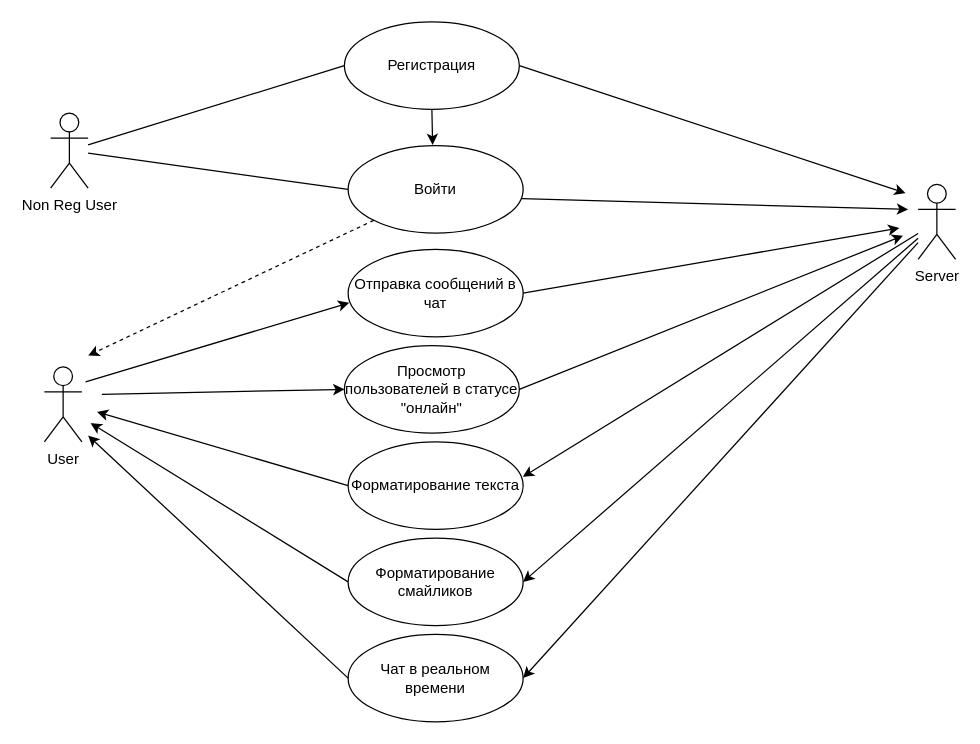
dtroshkin/timp keeps this draw.io diagram as TIMPUseCase.drawio. Above is the earlier version. Source tidied: cells renumbered, new cells numbered last; positions are measured from the earlier drawing's top-left corner, leaving out a move shared by most shapes. Both pictures are drawn from the tidied source at 125%, with x=0, y=0 at pixel (44, 21).
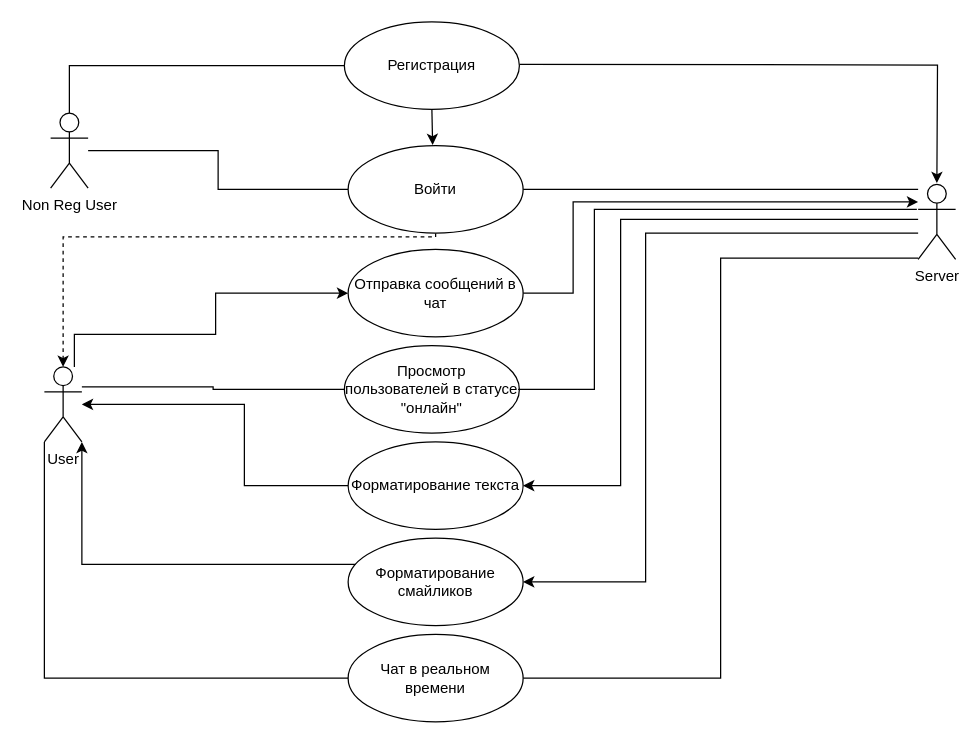
The same diagram, later.

The change refers to these unchanged cells:
```xml
<mxCell id="2" value="Non Reg User" style="shape=umlActor;verticalLabelPosition=bottom;verticalAlign=top;html=1;" parent="1" vertex="1">
  <mxGeometry x="5" y="73" width="30" height="60" as="geometry" />
</mxCell>
<mxCell id="3" value="Регистрация" style="ellipse;whiteSpace=wrap;html=1;" parent="1" vertex="1">
  <mxGeometry x="240" width="140" height="70" as="geometry" />
</mxCell>
<mxCell id="4" value="Server" style="shape=umlActor;verticalLabelPosition=bottom;verticalAlign=top;html=1;" parent="1" vertex="1">
  <mxGeometry x="699" y="130" width="30" height="60" as="geometry" />
</mxCell>
<mxCell id="5" value="Войти" style="ellipse;whiteSpace=wrap;html=1;" parent="1" vertex="1">
  <mxGeometry x="243" y="99" width="140" height="70" as="geometry" />
</mxCell>
<mxCell id="6" value="User" style="shape=umlActor;verticalLabelPosition=bottom;verticalAlign=top;html=1;" parent="1" vertex="1">
  <mxGeometry y="276" width="30" height="60" as="geometry" />
</mxCell>
<mxCell id="7" value="Отправка сообщений в чат" style="ellipse;whiteSpace=wrap;html=1;" parent="1" vertex="1">
  <mxGeometry x="243" y="182" width="140" height="70" as="geometry" />
</mxCell>
<mxCell id="8" value="Просмотр пользователей в статусе &quot;онлайн&quot;" style="ellipse;whiteSpace=wrap;html=1;" parent="1" vertex="1">
  <mxGeometry x="240" y="259" width="140" height="70" as="geometry" />
</mxCell>
<mxCell id="9" value="Форматирование текста" style="ellipse;whiteSpace=wrap;html=1;" parent="1" vertex="1">
  <mxGeometry x="243" y="336" width="140" height="70" as="geometry" />
</mxCell>
<mxCell id="10" value="Форматирование смайликов" style="ellipse;whiteSpace=wrap;html=1;" parent="1" vertex="1">
  <mxGeometry x="243" y="413" width="140" height="70" as="geometry" />
</mxCell>
<mxCell id="11" value="Чат в реальном времени" style="ellipse;whiteSpace=wrap;html=1;" parent="1" vertex="1">
  <mxGeometry x="243" y="490" width="140" height="70" as="geometry" />
</mxCell>
```

What changed in the source:
```diff
@@
+    <mxCell id="28" style="edgeStyle=orthogonalEdgeStyle;rounded=0;jettySize=auto;html=1;exitX=0;exitY=0.5;exitDx=0;exitDy=0;endArrow=none;startFill=0;" parent="1" edge="1" source="3" target="2">
+      <mxGeometry relative="1" as="geometry" />
+    </mxCell>
+    <mxCell id="29" style="edgeStyle=orthogonalEdgeStyle;rounded=0;orthogonalLoop=1;jettySize=auto;html=1;" parent="1" edge="1">
+      <mxGeometry relative="1" as="geometry">
+        <mxPoint x="380" y="34" as="sourcePoint" />
+        <mxPoint x="714" y="129" as="targetPoint" />
+      </mxGeometry>
+    </mxCell>
@@
+    <mxCell id="18" style="edgeStyle=orthogonalEdgeStyle;rounded=0;jettySize=auto;html=1;entryX=1;entryY=0.5;entryDx=0;entryDy=0;" parent="1" edge="1" source="4" target="9">
+      <mxGeometry relative="1" as="geometry">
+        <Array as="points">
+          <mxPoint x="461" y="158" />
+          <mxPoint x="461" y="371" />
+        </Array>
+      </mxGeometry>
+    </mxCell>
+    <mxCell id="19" style="edgeStyle=orthogonalEdgeStyle;rounded=0;jettySize=auto;html=1;entryX=1;entryY=0.5;entryDx=0;entryDy=0;" parent="1" edge="1" source="4" target="10">
+      <mxGeometry relative="1" as="geometry">
+        <Array as="points">
+          <mxPoint x="481" y="169" />
+          <mxPoint x="481" y="448" />
+        </Array>
+      </mxGeometry>
+    </mxCell>
+    <mxCell id="20" style="edgeStyle=orthogonalEdgeStyle;rounded=0;jettySize=auto;html=1;entryX=1;entryY=0.5;entryDx=0;entryDy=0;endArrow=none;startFill=0;" parent="1" edge="1" source="4" target="11">
+      <mxGeometry relative="1" as="geometry">
+        <Array as="points">
+          <mxPoint x="541" y="189" />
+          <mxPoint x="541" y="525" />
+        </Array>
+      </mxGeometry>
+    </mxCell>
@@
+    <mxCell id="30" style="edgeStyle=orthogonalEdgeStyle;rounded=0;jettySize=auto;html=1;endArrow=none;startFill=0;" parent="1" edge="1" source="5" target="2">
+      <mxGeometry relative="1" as="geometry" />
+    </mxCell>
+    <mxCell id="31" style="edgeStyle=orthogonalEdgeStyle;rounded=0;jettySize=auto;html=1;endArrow=none;startFill=0;" parent="1" edge="1" source="5" target="4">
+      <mxGeometry relative="1" as="geometry">
+        <Array as="points">
+          <mxPoint x="622" y="134" />
+          <mxPoint x="622" y="134" />
+        </Array>
+      </mxGeometry>
+    </mxCell>
+    <mxCell id="32" style="edgeStyle=orthogonalEdgeStyle;rounded=0;jettySize=auto;html=1;dashed=1;" parent="1" edge="1" source="5" target="6">
+      <mxGeometry relative="1" as="geometry">
+        <Array as="points">
+          <mxPoint x="313" y="172" />
+          <mxPoint x="15" y="172" />
+        </Array>
+      </mxGeometry>
+    </mxCell>
@@
+    <mxCell id="33" style="edgeStyle=orthogonalEdgeStyle;rounded=0;jettySize=auto;html=1;entryX=0;entryY=0.5;entryDx=0;entryDy=0;" parent="1" edge="1" source="6" target="7">
+      <mxGeometry relative="1" as="geometry">
+        <Array as="points">
+          <mxPoint x="24" y="250" />
+          <mxPoint x="137" y="250" />
+          <mxPoint x="137" y="217" />
+        </Array>
+      </mxGeometry>
+    </mxCell>
+    <mxCell id="34" style="edgeStyle=orthogonalEdgeStyle;rounded=0;jettySize=auto;html=1;entryX=0;entryY=0.5;entryDx=0;entryDy=0;endArrow=none;startFill=0;" parent="1" edge="1" source="6" target="8">
+      <mxGeometry relative="1" as="geometry">
+        <Array as="points">
+          <mxPoint x="135" y="292" />
+          <mxPoint x="135" y="294" />
+        </Array>
+      </mxGeometry>
+    </mxCell>
@@
+    <mxCell id="35" style="edgeStyle=orthogonalEdgeStyle;rounded=0;jettySize=auto;html=1;" parent="1" edge="1" source="7" target="4">
+      <mxGeometry relative="1" as="geometry">
+        <Array as="points">
+          <mxPoint x="423" y="217" />
+          <mxPoint x="423" y="144" />
+        </Array>
+      </mxGeometry>
+    </mxCell>
@@
+    <mxCell id="36" style="edgeStyle=orthogonalEdgeStyle;rounded=0;jettySize=auto;html=1;" parent="1" edge="1" source="9" target="6">
+      <mxGeometry relative="1" as="geometry">
+        <Array as="points">
+          <mxPoint x="160" y="371" />
+          <mxPoint x="160" y="306" />
+        </Array>
+      </mxGeometry>
+    </mxCell>
@@
-    <mxCell id="12" style="endArrow=none;html=1;rounded=0;entryX=0;entryY=0.5;entryDx=0;entryDy=0;" parent="1" edge="1" source="2" target="3">
-      <mxGeometry relative="1" as="geometry" />
-    </mxCell>
-    <mxCell id="13" style="endArrow=none;html=1;rounded=0;entryX=0;entryY=0.5;entryDx=0;entryDy=0;" parent="1" edge="1" source="2" target="5">
-      <mxGeometry relative="1" as="geometry" />
-    </mxCell>
@@
-    <mxCell id="15" style="endArrow=classic;html=1;rounded=0;entryX=0.007;entryY=0.61;entryDx=0;entryDy=0;entryPerimeter=0;" parent="1" edge="1" target="7">
-      <mxGeometry relative="1" as="geometry">
-        <mxPoint x="33" y="288" as="sourcePoint" />
-      </mxGeometry>
-    </mxCell>
-    <mxCell id="16" style="endArrow=classic;html=1;rounded=0;entryX=0;entryY=0.5;entryDx=0;entryDy=0;" parent="1" edge="1" target="8">
-      <mxGeometry relative="1" as="geometry">
-        <mxPoint x="46" y="298" as="sourcePoint" />
-      </mxGeometry>
-    </mxCell>
-    <mxCell id="17" style="endArrow=classic;html=1;rounded=0;exitX=0;exitY=1;exitDx=0;exitDy=0;dashed=1;" parent="1" edge="1" source="5">
-      <mxGeometry relative="1" as="geometry">
-        <mxPoint x="35" y="267" as="targetPoint" />
-      </mxGeometry>
-    </mxCell>
-    <mxCell id="18" style="endArrow=classic;html=1;rounded=0;entryX=0.998;entryY=0.4;entryDx=0;entryDy=0;entryPerimeter=0;" parent="1" edge="1" source="4" target="9">
-      <mxGeometry relative="1" as="geometry" />
-    </mxCell>
-    <mxCell id="19" style="endArrow=classic;html=1;rounded=0;entryX=1;entryY=0.5;entryDx=0;entryDy=0;" parent="1" edge="1" source="4" target="10">
-      <mxGeometry relative="1" as="geometry" />
-    </mxCell>
-    <mxCell id="20" style="endArrow=classic;html=1;rounded=0;entryX=1;entryY=0.5;entryDx=0;entryDy=0;" parent="1" edge="1" source="4" target="11">
-      <mxGeometry relative="1" as="geometry" />
-    </mxCell>
-    <mxCell id="21" style="endArrow=classic;html=1;rounded=0;exitX=0;exitY=0.5;exitDx=0;exitDy=0;" parent="1" edge="1" source="9">
-      <mxGeometry relative="1" as="geometry">
-        <mxPoint x="42" y="312" as="targetPoint" />
-      </mxGeometry>
-    </mxCell>
-    <mxCell id="22" style="endArrow=classic;html=1;rounded=0;exitX=0;exitY=0.5;exitDx=0;exitDy=0;" parent="1" edge="1" source="10">
-      <mxGeometry relative="1" as="geometry">
-        <mxPoint x="37" y="321" as="targetPoint" />
-      </mxGeometry>
-    </mxCell>
-    <mxCell id="23" style="endArrow=classic;html=1;rounded=0;exitX=0;exitY=0.5;exitDx=0;exitDy=0;" parent="1" edge="1" source="11">
-      <mxGeometry relative="1" as="geometry">
-        <mxPoint x="35" y="331" as="targetPoint" />
-      </mxGeometry>
-    </mxCell>
-    <mxCell id="24" style="endArrow=classic;html=1;rounded=0;exitX=1;exitY=0.5;exitDx=0;exitDy=0;" parent="1" edge="1" source="3">
-      <mxGeometry relative="1" as="geometry">
-        <mxPoint x="689" y="137" as="targetPoint" />
-      </mxGeometry>
-    </mxCell>
-    <mxCell id="25" style="endArrow=classic;html=1;rounded=0;exitX=0.993;exitY=0.605;exitDx=0;exitDy=0;exitPerimeter=0;" parent="1" edge="1" source="5">
-      <mxGeometry relative="1" as="geometry">
-        <mxPoint x="691" y="150" as="targetPoint" />
-      </mxGeometry>
-    </mxCell>
-    <mxCell id="26" style="endArrow=classic;html=1;rounded=0;exitX=1;exitY=0.5;exitDx=0;exitDy=0;" parent="1" edge="1" source="7">
-      <mxGeometry relative="1" as="geometry">
-        <mxPoint x="684" y="165" as="targetPoint" />
-      </mxGeometry>
-    </mxCell>
-    <mxCell id="27" style="endArrow=classic;html=1;rounded=0;exitX=1;exitY=0.5;exitDx=0;exitDy=0;" parent="1" edge="1" source="8">
-      <mxGeometry relative="1" as="geometry">
-        <mxPoint x="687" y="171" as="targetPoint" />
-      </mxGeometry>
-    </mxCell>
+    <mxCell id="37" style="edgeStyle=orthogonalEdgeStyle;rounded=0;orthogonalLoop=1;jettySize=auto;html=1;entryX=0;entryY=0.3333333333333333;entryDx=0;entryDy=0;entryPerimeter=0;endArrow=none;startFill=0;" parent="1" edge="1">
+      <mxGeometry relative="1" as="geometry">
+        <mxPoint x="379" y="294" as="sourcePoint" />
+        <mxPoint x="698" y="150" as="targetPoint" />
+        <Array as="points">
+          <mxPoint x="440" y="294" />
+          <mxPoint x="440" y="150" />
+        </Array>
+      </mxGeometry>
+    </mxCell>
+    <mxCell id="38" style="edgeStyle=orthogonalEdgeStyle;rounded=0;jettySize=auto;html=1;entryX=1;entryY=1;entryDx=0;entryDy=0;entryPerimeter=0;" parent="1" edge="1" source="10" target="6">
+      <mxGeometry relative="1" as="geometry">
+        <Array as="points">
+          <mxPoint x="30" y="434" />
+        </Array>
+      </mxGeometry>
+    </mxCell>
+    <mxCell id="39" style="edgeStyle=orthogonalEdgeStyle;rounded=0;jettySize=auto;html=1;entryX=0;entryY=1;entryDx=0;entryDy=0;entryPerimeter=0;endArrow=none;startFill=0;" parent="1" edge="1" source="11" target="6">
+      <mxGeometry relative="1" as="geometry" />
+    </mxCell>
```
